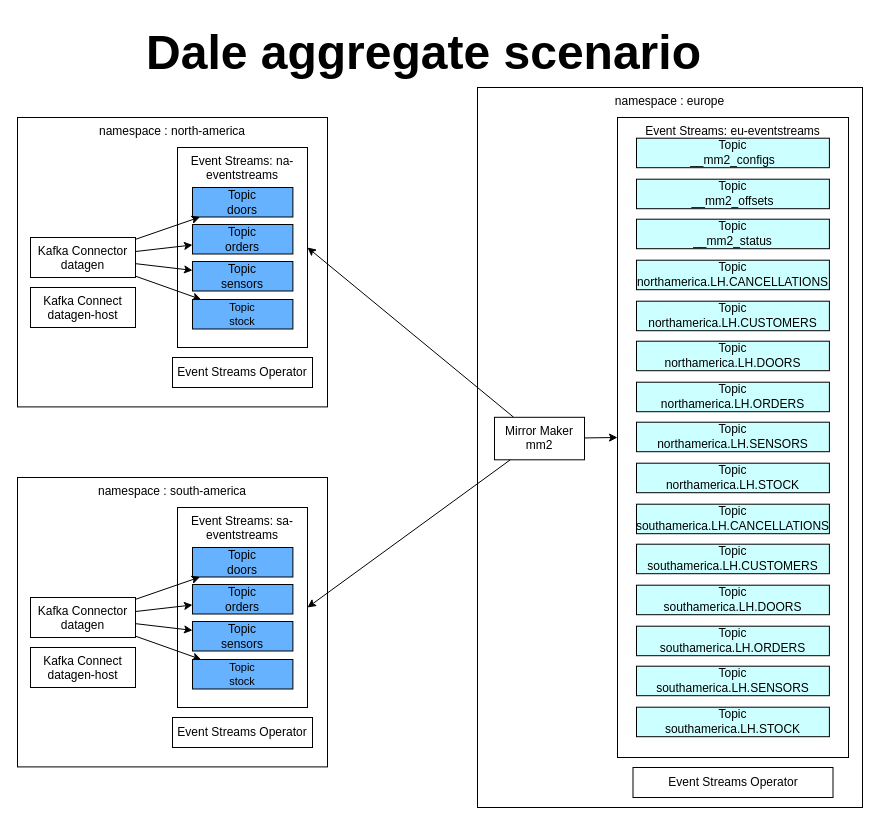
ADesprets/cp4i-install keeps this draw.io diagram as page "Dale" (2 of 2) of doc/mds/demos/es_mm2/es_mm2.drawio. Above is the earlier version. Source tidied: cells renumbered, new cells numbered last; positions are measured from the earlier drawing's top-left corner, leaving out a move shared by most shapes. Both pictures are drawn from the tidied source at 100%, with x=0, y=0 at pixel (17, 17).
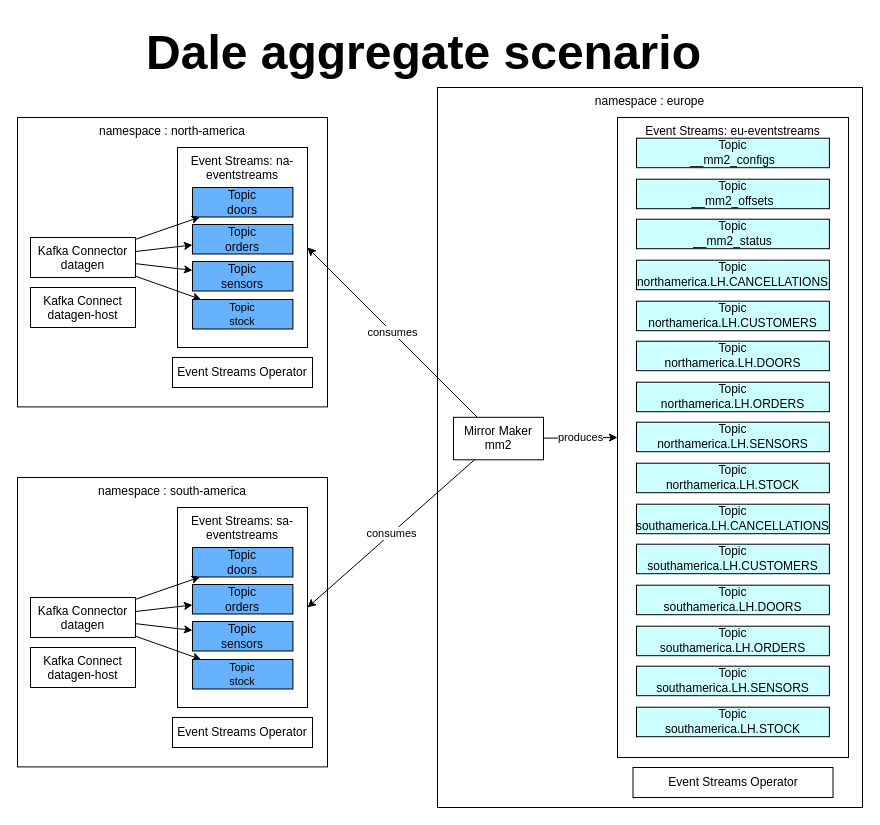
After the change.

Unchanged cells that the change refers to:
```xml
<mxCell id="3" value="Event Streams: na-eventstreams" style="rounded=0;whiteSpace=wrap;html=1;verticalAlign=top;" parent="1" vertex="1">
  <mxGeometry x="160" y="130" width="130" height="200" as="geometry" />
</mxCell>
<mxCell id="17" value="Event Streams: eu-eventstreams" style="rounded=0;whiteSpace=wrap;html=1;verticalAlign=top;" parent="1" vertex="1">
  <mxGeometry x="600" y="100" width="231" height="640" as="geometry" />
</mxCell>
<mxCell id="20" value="Event Streams: sa-eventstreams" style="rounded=0;whiteSpace=wrap;html=1;verticalAlign=top;" parent="1" vertex="1">
  <mxGeometry x="160" y="490" width="130" height="200" as="geometry" />
</mxCell>
```

Change to the diagram source:
```diff
@@
     <mxCell id="14" value="namespace : europe" style="rounded=0;whiteSpace=wrap;html=1;verticalAlign=top;" parent="1" vertex="1">
-      <mxGeometry x="460" y="70" width="385" height="720" as="geometry" />
+      <mxGeometry x="420" y="70" width="425" height="720" as="geometry" />
     </mxCell>
-    <mxCell id="15" style="rounded=0;jettySize=auto;html=1;entryX=1;entryY=0.5;entryDx=0;entryDy=0;" parent="1" edge="1" source="16" target="3">
+    <mxCell id="15" value="consumes" style="rounded=0;jettySize=auto;html=1;entryX=1;entryY=0.5;entryDx=0;entryDy=0;" parent="1" edge="1" source="16" target="3">
       <mxGeometry relative="1" as="geometry" />
     </mxCell>
     <mxCell id="16" value="Mirror Maker&lt;div&gt;mm2&lt;/div&gt;" style="rounded=0;whiteSpace=wrap;html=1;verticalAlign=top;" parent="1" vertex="1">
-      <mxGeometry x="477" y="399.8" width="90" height="42.5" as="geometry" />
+      <mxGeometry x="436" y="399.8" width="90" height="42.5" as="geometry" />
     </mxCell>
@@
-    <mxCell id="49" style="edgeStyle=none;shape=connector;rounded=0;jettySize=auto;html=1;entryX=1;entryY=0.5;entryDx=0;entryDy=0;strokeColor=default;align=center;verticalAlign=middle;fontFamily=Helvetica;fontSize=11;fontColor=default;labelBackgroundColor=default;endArrow=classic;" parent="1" edge="1" source="16" target="20">
+    <mxCell id="49" value="consumes" style="edgeStyle=none;shape=connector;rounded=0;jettySize=auto;html=1;entryX=1;entryY=0.5;entryDx=0;entryDy=0;strokeColor=default;align=center;verticalAlign=middle;fontFamily=Helvetica;fontSize=11;fontColor=default;labelBackgroundColor=default;endArrow=classic;" parent="1" edge="1" source="16" target="20">
       <mxGeometry relative="1" as="geometry" />
     </mxCell>
-    <mxCell id="50" style="edgeStyle=none;shape=connector;rounded=0;jettySize=auto;html=1;entryX=0;entryY=0.5;entryDx=0;entryDy=0;strokeColor=default;align=center;verticalAlign=middle;fontFamily=Helvetica;fontSize=11;fontColor=default;labelBackgroundColor=default;endArrow=classic;" parent="1" edge="1" source="16" target="17">
+    <mxCell id="50" value="produces" style="edgeStyle=none;shape=connector;rounded=0;jettySize=auto;html=1;entryX=0;entryY=0.5;entryDx=0;entryDy=0;strokeColor=default;align=center;verticalAlign=middle;fontFamily=Helvetica;fontSize=11;fontColor=default;labelBackgroundColor=default;endArrow=classic;" parent="1" edge="1" source="16" target="17">
       <mxGeometry relative="1" as="geometry" />
     </mxCell>
```
